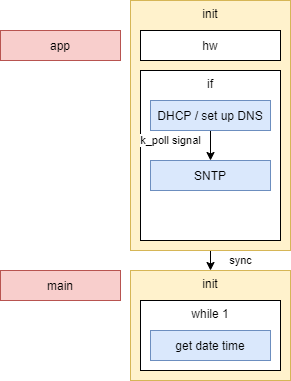
lucasdietrich/stm32f429zi-getting-started-zephyr-mbed-tls keeps this draw.io diagram as pics/system_model.png. Above is the earlier version. Source tidied: cells renumbered, new cells last; positions are measured from the earlier drawing's top-left corner, leaving out a move shared by most shapes.
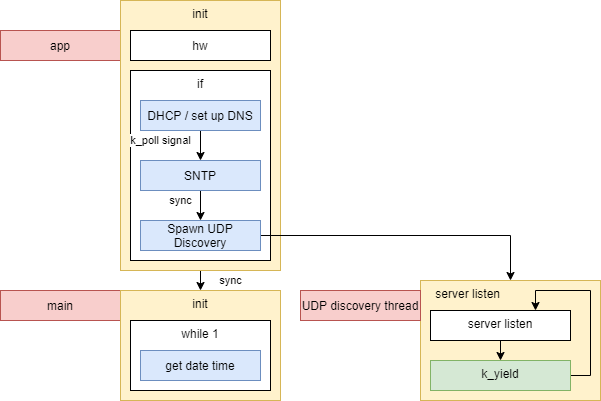
After the commit.

What changed in the source:
```diff
@@ -3,19 +3,19 @@
     <mxCell id="0" />
     <mxCell id="1" parent="0" />
     <mxCell id="2" value="app" style="rounded=0;whiteSpace=wrap;html=1;fillColor=#f8cecc;strokeColor=#b85450;" parent="1" vertex="1">
-      <mxGeometry y="30" width="120" height="30" as="geometry" />
+      <mxGeometry x="10" y="30" width="120" height="30" as="geometry" />
     </mxCell>
     <mxCell id="3" value="sync" style="edgeStyle=orthogonalEdgeStyle;rounded=0;jettySize=auto;html=1;exitX=0.5;exitY=1;exitDx=0;exitDy=0;entryX=0.5;entryY=0;entryDx=0;entryDy=0;" parent="1" edge="1" source="4" target="11">
       <mxGeometry y="30" relative="1" as="geometry" />
     </mxCell>
     <mxCell id="4" value="init" style="rounded=0;whiteSpace=wrap;html=1;verticalAlign=top;fillColor=#fff2cc;strokeColor=#d6b656;" parent="1" vertex="1">
-      <mxGeometry x="130" width="160" height="250" as="geometry" />
+      <mxGeometry x="130" width="160" height="270" as="geometry" />
     </mxCell>
     <mxCell id="5" value="hw" style="rounded=0;whiteSpace=wrap;html=1;" parent="1" vertex="1">
       <mxGeometry x="140" y="30" width="140" height="30" as="geometry" />
     </mxCell>
     <mxCell id="6" value="if" style="rounded=0;whiteSpace=wrap;html=1;horizontal=1;verticalAlign=top;" parent="1" vertex="1">
-      <mxGeometry x="140" y="70" width="140" height="170" as="geometry" />
+      <mxGeometry x="140" y="70" width="140" height="190" as="geometry" />
     </mxCell>
     <mxCell id="7" value="k_poll signal" style="edgeStyle=orthogonalEdgeStyle;rounded=0;jettySize=auto;html=1;exitX=0.5;exitY=1;exitDx=0;exitDy=0;entryX=0.5;entryY=0;entryDx=0;entryDy=0;" parent="1" edge="1" source="8" target="9">
       <mxGeometry x="-0.33" y="-40" relative="1" as="geometry" />
@@ -23,20 +23,47 @@
     <mxCell id="8" value="DHCP / set up DNS" style="rounded=0;whiteSpace=wrap;html=1;fillColor=#dae8fc;strokeColor=#6c8ebf;" parent="1" vertex="1">
       <mxGeometry x="150" y="100" width="120" height="30" as="geometry" />
     </mxCell>
+    <mxCell id="14" value="sync" style="edgeStyle=orthogonalEdgeStyle;rounded=0;jettySize=auto;html=1;exitX=0.5;exitY=1;exitDx=0;exitDy=0;entryX=0.5;entryY=0;entryDx=0;entryDy=0;" parent="1" edge="1" source="9" target="16">
+      <mxGeometry x="-0.33" y="-20" relative="1" as="geometry" />
+    </mxCell>
     <mxCell id="9" value="SNTP" style="rounded=0;whiteSpace=wrap;html=1;fillColor=#dae8fc;strokeColor=#6c8ebf;" parent="1" vertex="1">
       <mxGeometry x="150" y="160" width="120" height="30" as="geometry" />
     </mxCell>
     <mxCell id="10" value="main" style="rounded=0;whiteSpace=wrap;html=1;fillColor=#f8cecc;strokeColor=#b85450;" parent="1" vertex="1">
-      <mxGeometry y="270" width="120" height="30" as="geometry" />
+      <mxGeometry x="10" y="290" width="120" height="30" as="geometry" />
     </mxCell>
     <mxCell id="11" value="init" style="rounded=0;whiteSpace=wrap;html=1;verticalAlign=top;fillColor=#fff2cc;strokeColor=#d6b656;" parent="1" vertex="1">
-      <mxGeometry x="130" y="270" width="160" height="110" as="geometry" />
+      <mxGeometry x="130" y="290" width="160" height="110" as="geometry" />
     </mxCell>
     <mxCell id="12" value="while 1" style="rounded=0;whiteSpace=wrap;html=1;horizontal=1;verticalAlign=top;" parent="1" vertex="1">
-      <mxGeometry x="140" y="300" width="140" height="70" as="geometry" />
+      <mxGeometry x="140" y="320" width="140" height="70" as="geometry" />
     </mxCell>
     <mxCell id="13" value="get date time" style="rounded=0;whiteSpace=wrap;html=1;fillColor=#dae8fc;strokeColor=#6c8ebf;" parent="1" vertex="1">
-      <mxGeometry x="150" y="330" width="120" height="30" as="geometry" />
+      <mxGeometry x="150" y="350" width="120" height="30" as="geometry" />
     </mxCell>
+    <mxCell id="15" style="edgeStyle=orthogonalEdgeStyle;rounded=0;jettySize=auto;html=1;exitX=1;exitY=0.5;exitDx=0;exitDy=0;entryX=0.5;entryY=0;entryDx=0;entryDy=0;" parent="1" edge="1" source="16" target="17">
+      <mxGeometry relative="1" as="geometry" />
+    </mxCell>
+    <mxCell id="16" value="Spawn UDP Discovery" style="rounded=0;whiteSpace=wrap;html=1;fillColor=#dae8fc;strokeColor=#6c8ebf;" parent="1" vertex="1">
+      <mxGeometry x="150" y="220" width="120" height="30" as="geometry" />
+    </mxCell>
+    <mxCell id="17" value="&amp;nbsp; &amp;nbsp; server listen" style="rounded=0;whiteSpace=wrap;html=1;verticalAlign=top;fillColor=#fff2cc;strokeColor=#d6b656;align=left;" parent="1" vertex="1">
+      <mxGeometry x="430" y="280" width="180" height="120" as="geometry" />
+    </mxCell>
+    <mxCell id="18" value="UDP discovery thread" style="rounded=0;whiteSpace=wrap;html=1;fillColor=#f8cecc;strokeColor=#b85450;" parent="1" vertex="1">
+      <mxGeometry x="310" y="290" width="120" height="30" as="geometry" />
+    </mxCell>
+    <mxCell id="19" style="edgeStyle=orthogonalEdgeStyle;rounded=0;jettySize=auto;html=1;exitX=0.5;exitY=1;exitDx=0;exitDy=0;entryX=0.5;entryY=0;entryDx=0;entryDy=0;" parent="1" edge="1" source="20" target="22">
+      <mxGeometry relative="1" as="geometry" />
+    </mxCell>
+    <mxCell id="20" value="server listen" style="rounded=0;whiteSpace=wrap;html=1;horizontal=1;verticalAlign=top;" parent="1" vertex="1">
+      <mxGeometry x="440" y="310" width="140" height="30" as="geometry" />
+    </mxCell>
+    <mxCell id="21" style="edgeStyle=orthogonalEdgeStyle;rounded=0;jettySize=auto;html=1;exitX=1;exitY=0.5;exitDx=0;exitDy=0;entryX=0.75;entryY=0;entryDx=0;entryDy=0;" parent="1" edge="1" source="22" target="20">
+      <mxGeometry relative="1" as="geometry" />
+    </mxCell>
+    <mxCell id="22" value="k_yield" style="rounded=0;whiteSpace=wrap;html=1;horizontal=1;verticalAlign=top;fillColor=#d5e8d4;strokeColor=#82b366;" parent="1" vertex="1">
+      <mxGeometry x="440" y="360" width="140" height="30" as="geometry" />
+    </mxCell>
   </root>
 </mxGraphModel>
```
